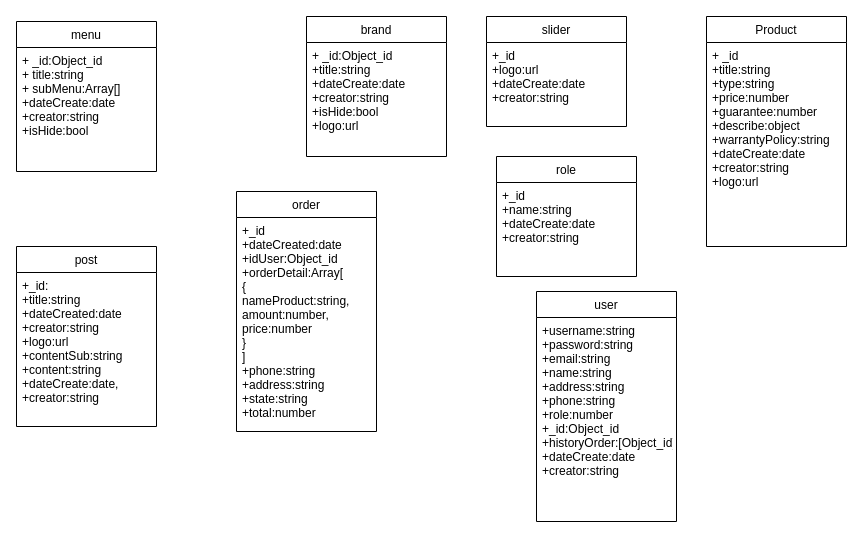
kanaza919/ChuDeNC_BackEnd keeps this draw.io diagram as dongho.drawio. Above is the earlier version. Source tidied: cells renumbered, new cells numbered last; positions are measured from the earlier drawing's top-left corner, leaving out a move shared by most shapes. Both pictures are drawn from the tidied source at 100%, with x=0, y=0 at pixel (16, 16).
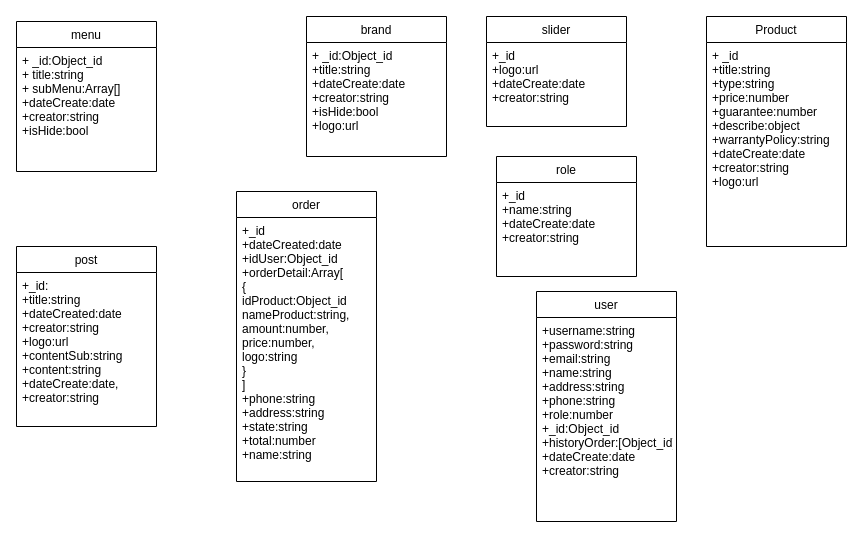
Above is the later version.

The edit, as a diff of the source:
```diff
@@
 <mxGraphModel background="#ffffff">
   <root>
     <mxCell id="0" />
     <mxCell id="1" parent="0" />
     <mxCell id="2" value="menu" style="swimlane;fontStyle=0;horizontal=1;startSize=26;fillColor=none;" parent="1" vertex="1">
       <mxGeometry y="5" width="140" height="150" as="geometry" />
     </mxCell>
     <mxCell id="3" value="+ _id:Object_id&#10;+ title:string&#10;+ subMenu:Array[]&#10;+dateCreate:date&#10;+creator:string&#10;+isHide:bool" style="text;strokeColor=none;fillColor=none;align=left;verticalAlign=top;spacingLeft=4;spacingRight=4;overflow=hidden;" parent="2" vertex="1">
       <mxGeometry y="26" width="140" height="124" as="geometry" />
     </mxCell>
     <mxCell id="4" value="brand" style="swimlane;fontStyle=0;horizontal=1;startSize=26;fillColor=none;" parent="1" vertex="1">
       <mxGeometry x="290" width="140" height="140" as="geometry" />
     </mxCell>
     <mxCell id="5" value="+ _id:Object_id&#10;+title:string&#10;+dateCreate:date&#10;+creator:string&#10;+isHide:bool&#10;+logo:url" style="text;strokeColor=none;fillColor=none;align=left;verticalAlign=top;spacingLeft=4;spacingRight=4;overflow=hidden;" parent="4" vertex="1">
       <mxGeometry y="26" width="140" height="114" as="geometry" />
     </mxCell>
     <mxCell id="6" value="user" style="swimlane;fontStyle=0;horizontal=1;startSize=26;fillColor=none;" parent="1" vertex="1">
       <mxGeometry x="520" y="275" width="140" height="230" as="geometry" />
     </mxCell>
     <mxCell id="7" value="+username:string&#10;+password:string&#10;+email:string&#10;+name:string&#10;+address:string&#10;+phone:string&#10;+role:number&#10;+_id:Object_id&#10;+historyOrder:[Object_id]&#10;+dateCreate:date&#10;+creator:string" style="text;strokeColor=none;fillColor=none;align=left;verticalAlign=top;spacingLeft=4;spacingRight=4;overflow=hidden;" parent="6" vertex="1">
       <mxGeometry y="26" width="140" height="204" as="geometry" />
     </mxCell>
     <mxCell id="8" value="order" style="swimlane;fontStyle=0;horizontal=1;startSize=26;fillColor=none;" parent="1" vertex="1">
-      <mxGeometry x="220" y="175" width="140" height="240" as="geometry" />
+      <mxGeometry x="220" y="175" width="140" height="290" as="geometry" />
     </mxCell>
-    <mxCell id="9" value="+_id&#10;+dateCreated:date&#10;+idUser:Object_id&#10;+orderDetail:Array[&#10;{&#10;nameProduct:string,&#10;amount:number,&#10;price:number&#10;}&#10;]&#10;+phone:string&#10;+address:string&#10;+state:string&#10;+total:number" style="text;strokeColor=none;fillColor=none;align=left;verticalAlign=top;spacingLeft=4;spacingRight=4;overflow=hidden;" parent="8" vertex="1">
-      <mxGeometry y="26" width="140" height="214" as="geometry" />
+    <mxCell id="9" value="+_id&#10;+dateCreated:date&#10;+idUser:Object_id&#10;+orderDetail:Array[&#10;{&#10;idProduct:Object_id&#10;nameProduct:string,&#10;amount:number,&#10;price:number,&#10;logo:string&#10;}&#10;]&#10;+phone:string&#10;+address:string&#10;+state:string&#10;+total:number&#10;+name:string" style="text;strokeColor=none;fillColor=none;align=left;verticalAlign=top;spacingLeft=4;spacingRight=4;overflow=hidden;" parent="8" vertex="1">
+      <mxGeometry y="26" width="140" height="264" as="geometry" />
     </mxCell>
     <mxCell id="10" value="Product" style="swimlane;fontStyle=0;horizontal=1;startSize=26;fillColor=none;" parent="1" vertex="1">
       <mxGeometry x="690" width="140" height="230" as="geometry" />
     </mxCell>
     <mxCell id="11" value="+ _id&#10;+title:string&#10;+type:string&#10;+price:number&#10;+guarantee:number&#10;+describe:object&#10;+warrantyPolicy:string&#10;+dateCreate:date&#10;+creator:string&#10;+logo:url" style="text;strokeColor=none;fillColor=none;align=left;verticalAlign=top;spacingLeft=4;spacingRight=4;overflow=hidden;" parent="10" vertex="1">
       <mxGeometry y="26" width="140" height="204" as="geometry" />
     </mxCell>
     <mxCell id="12" value="post" style="swimlane;fontStyle=0;horizontal=1;startSize=26;fillColor=none;" parent="1" vertex="1">
       <mxGeometry y="230" width="140" height="180" as="geometry" />
     </mxCell>
     <mxCell id="13" value="+_id:&#10;+title:string&#10;+dateCreated:date&#10;+creator:string&#10;+logo:url&#10;+contentSub:string&#10;+content:string&#10;+dateCreate:date,&#10;+creator:string" style="text;strokeColor=none;fillColor=none;align=left;verticalAlign=top;spacingLeft=4;spacingRight=4;overflow=hidden;" parent="12" vertex="1">
       <mxGeometry y="26" width="140" height="154" as="geometry" />
     </mxCell>
     <mxCell id="14" value="slider" style="swimlane;fontStyle=0;horizontal=1;startSize=26;fillColor=none;" parent="1" vertex="1">
       <mxGeometry x="470" width="140" height="110" as="geometry" />
     </mxCell>
     <mxCell id="15" value="+_id&#10;+logo:url&#10;+dateCreate:date&#10;+creator:string" style="text;strokeColor=none;fillColor=none;align=left;verticalAlign=top;spacingLeft=4;spacingRight=4;overflow=hidden;" parent="14" vertex="1">
       <mxGeometry y="26" width="140" height="84" as="geometry" />
     </mxCell>
     <mxCell id="16" value="role" style="swimlane;fontStyle=0;horizontal=1;startSize=26;fillColor=none;" parent="1" vertex="1">
       <mxGeometry x="480" y="140" width="140" height="120" as="geometry" />
     </mxCell>
     <mxCell id="17" value="+_id&#10;+name:string&#10;+dateCreate:date&#10;+creator:string" style="text;strokeColor=none;fillColor=none;align=left;verticalAlign=top;spacingLeft=4;spacingRight=4;overflow=hidden;" parent="16" vertex="1">
       <mxGeometry y="26" width="140" height="94" as="geometry" />
     </mxCell>
   </root>
 </mxGraphModel>
```
